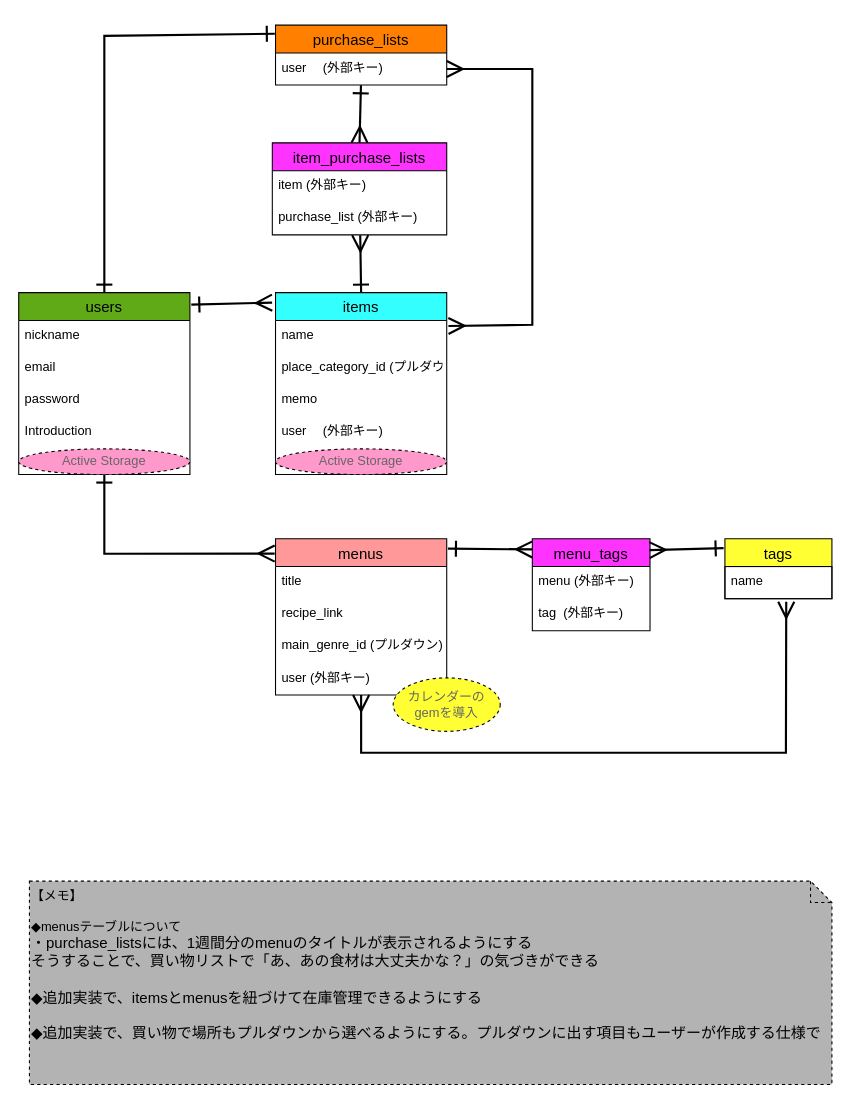
miyazato1872/shopping_memo keeps this draw.io diagram as page "案1" (1 of 2) of ER.dio. Above is the earlier version. Source tidied: cells renumbered, new cells numbered last; positions are measured from the earlier drawing's top-left corner, leaving out a move shared by most shapes. Both pictures are drawn from the tidied source at 107%, with x=0, y=0 at pixel (18, 25).
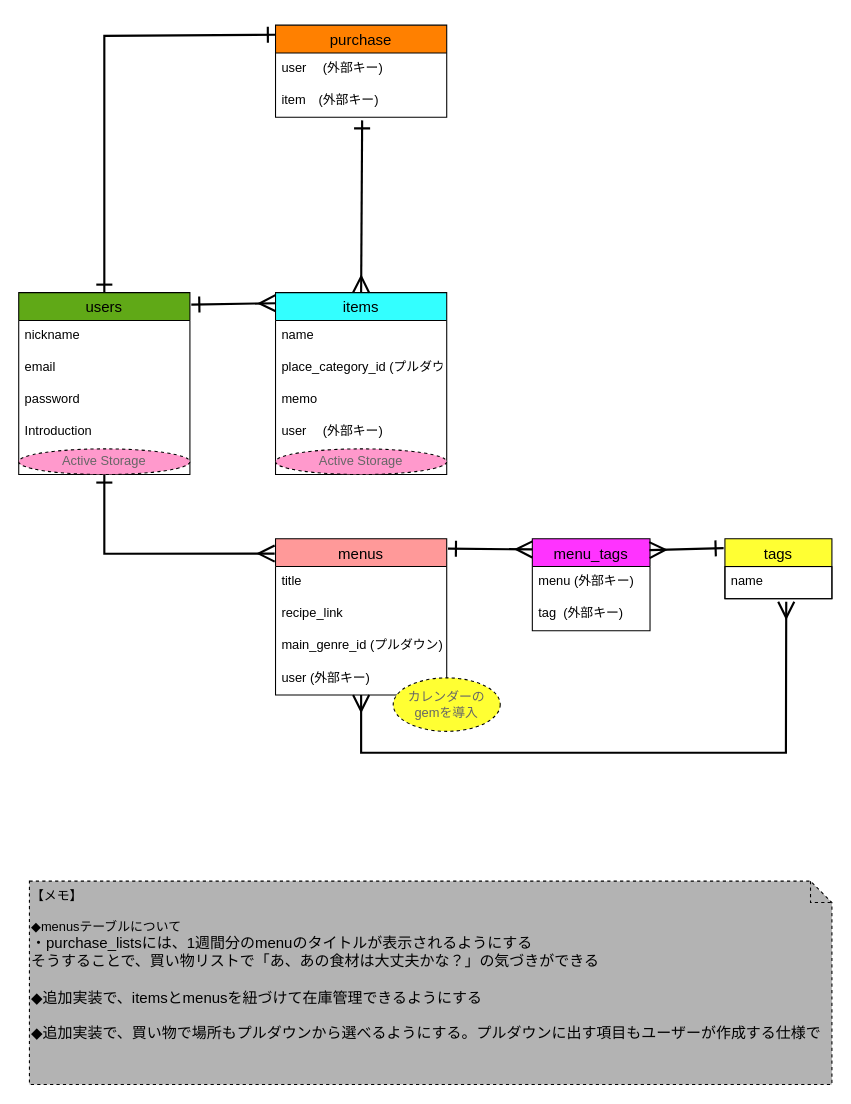
The same page after the edit.

Unchanged cells that the change refers to:
```xml
<mxCell id="2" value="users" style="swimlane;fontStyle=0;horizontal=1;startSize=26;align=center;fontSize=14;rounded=0;swimlaneLine=1;glass=0;shadow=0;fillColor=#60A917;fontColor=#000000;" parent="1" vertex="1">
  <mxGeometry y="250" width="160" height="170" as="geometry" />
</mxCell>
<mxCell id="8" value="items" style="swimlane;fontStyle=0;horizontal=1;startSize=26;align=center;fontSize=14;rounded=0;swimlaneLine=1;glass=0;shadow=0;fillColor=#33FFFF;fontColor=#000000;" parent="1" vertex="1">
  <mxGeometry x="240" y="250" width="160" height="170" as="geometry" />
</mxCell>
<mxCell id="9" value="name" style="text;strokeColor=none;fillColor=none;spacingLeft=4;spacingRight=4;overflow=hidden;points=[[0,0.5],[1,0.5]];portConstraint=eastwest;fontSize=12;" parent="8" vertex="1">
  <mxGeometry y="26" width="160" height="30" as="geometry" />
</mxCell>
<mxCell id="15" value="user 　(外部キー)" style="text;strokeColor=none;fillColor=none;spacingLeft=4;spacingRight=4;overflow=hidden;points=[[0,0.5],[1,0.5]];portConstraint=eastwest;fontSize=12;" parent="14" vertex="1">
  <mxGeometry y="26" width="160" height="30" as="geometry" />
</mxCell>
```

The edit, as a diff of the source:
```diff
@@
-    <mxCell id="14" value="purchase_lists" style="swimlane;fontStyle=0;horizontal=1;startSize=26;align=center;fontSize=14;rounded=0;swimlaneLine=1;glass=0;shadow=0;fillColor=#FF8000;fontColor=#000000;" parent="1" vertex="1">
-      <mxGeometry x="240" width="160" height="56" as="geometry" />
+    <mxCell id="14" value="purchase" style="swimlane;fontStyle=0;horizontal=1;startSize=26;align=center;fontSize=14;rounded=0;swimlaneLine=1;glass=0;shadow=0;fillColor=#FF8000;fontColor=#000000;" parent="1" vertex="1">
+      <mxGeometry x="240" width="160" height="86" as="geometry" />
     </mxCell>
@@
+    <mxCell id="36" value="item　(外部キー)" style="text;strokeColor=none;fillColor=none;spacingLeft=4;spacingRight=4;overflow=hidden;points=[[0,0.5],[1,0.5]];portConstraint=eastwest;fontSize=12;" parent="14" vertex="1">
+      <mxGeometry y="56" width="160" height="30" as="geometry" />
+    </mxCell>
-    <mxCell id="16" style="endArrow=ERone;html=1;rounded=0;strokeWidth=2;fontColor=#F0F0F0;startSize=12;endSize=12;sourcePerimeterSpacing=0;endFill=0;startArrow=ERmany;startFill=0;entryX=1.008;entryY=0.066;entryDx=0;entryDy=0;entryPerimeter=0;exitX=-0.02;exitY=0.055;exitDx=0;exitDy=0;exitPerimeter=0;" parent="1" edge="1" source="8" target="2">
+    <mxCell id="16" style="endArrow=ERone;html=1;rounded=0;strokeWidth=2;fontColor=#F0F0F0;startSize=12;endSize=12;sourcePerimeterSpacing=0;endFill=0;startArrow=ERmany;startFill=0;entryX=1.008;entryY=0.066;entryDx=0;entryDy=0;entryPerimeter=0;exitX=0;exitY=0.058;exitDx=0;exitDy=0;exitPerimeter=0;" parent="1" edge="1" source="8" target="2">
       <mxGeometry relative="1" as="geometry" />
     </mxCell>
-    <mxCell id="17" style="endArrow=ERmany;html=1;rounded=0;strokeWidth=2;fontColor=#F0F0F0;startSize=12;endSize=12;sourcePerimeterSpacing=0;endFill=0;startArrow=ERone;startFill=0;exitX=0.499;exitY=1.006;exitDx=0;exitDy=0;exitPerimeter=0;entryX=0.5;entryY=0;entryDx=0;entryDy=0;" parent="1" edge="1" source="15" target="35">
+    <mxCell id="17" style="endArrow=ERmany;html=1;rounded=0;strokeWidth=2;fontColor=#F0F0F0;startSize=12;endSize=12;sourcePerimeterSpacing=0;endFill=0;startArrow=ERone;startFill=0;entryX=0.5;entryY=0;entryDx=0;entryDy=0;exitX=0.506;exitY=1.1;exitDx=0;exitDy=0;exitPerimeter=0;" parent="1" edge="1" source="36" target="8">
       <mxGeometry relative="1" as="geometry" />
     </mxCell>
@@
-    <mxCell id="33" style="endArrow=ERone;html=1;rounded=0;strokeWidth=2;fontColor=#F0F0F0;startSize=12;endSize=12;sourcePerimeterSpacing=0;endFill=0;startArrow=ERone;startFill=0;entryX=0.5;entryY=0;entryDx=0;entryDy=0;exitX=-0.004;exitY=0.143;exitDx=0;exitDy=0;exitPerimeter=0;" parent="1" edge="1" source="14" target="2">
+    <mxCell id="33" style="endArrow=ERone;html=1;rounded=0;strokeWidth=2;fontColor=#F0F0F0;startSize=12;endSize=12;sourcePerimeterSpacing=0;endFill=0;startArrow=ERone;startFill=0;entryX=0.5;entryY=0;entryDx=0;entryDy=0;exitX=0.002;exitY=0.104;exitDx=0;exitDy=0;exitPerimeter=0;" parent="1" edge="1" source="14" target="2">
       <mxGeometry relative="1" as="geometry">
         <Array as="points">
           <mxPoint x="80" y="10" />
         </Array>
       </mxGeometry>
     </mxCell>
@@
-    <mxCell id="35" value="item_purchase_lists" style="swimlane;fontStyle=0;horizontal=1;startSize=26;align=center;fontSize=14;rounded=0;swimlaneLine=1;glass=0;shadow=0;fillColor=#FF33FF;fontColor=#000000;" parent="1" vertex="1">
-      <mxGeometry x="237" y="110" width="163" height="86" as="geometry" />
-    </mxCell>
-    <mxCell id="36" value="item (外部キー)" style="text;strokeColor=none;fillColor=none;spacingLeft=4;spacingRight=4;overflow=hidden;points=[[0,0.5],[1,0.5]];portConstraint=eastwest;fontSize=12;" parent="35" vertex="1">
-      <mxGeometry y="26" width="163" height="30" as="geometry" />
-    </mxCell>
-    <mxCell id="37" value="purchase_list (外部キー)" style="text;strokeColor=none;fillColor=none;spacingLeft=4;spacingRight=4;overflow=hidden;points=[[0,0.5],[1,0.5]];portConstraint=eastwest;fontSize=12;" parent="35" vertex="1">
-      <mxGeometry y="56" width="163" height="30" as="geometry" />
-    </mxCell>
-    <mxCell id="38" style="endArrow=ERmany;html=1;rounded=0;strokeWidth=2;fontColor=#F0F0F0;startSize=12;endSize=12;sourcePerimeterSpacing=0;endFill=0;startArrow=ERone;startFill=0;exitX=0.5;exitY=0;exitDx=0;exitDy=0;entryX=0.504;entryY=1.011;entryDx=0;entryDy=0;entryPerimeter=0;" parent="1" edge="1" source="8" target="37">
-      <mxGeometry relative="1" as="geometry" />
-    </mxCell>
-    <mxCell id="39" style="endArrow=ERmany;html=1;rounded=0;strokeWidth=2;fontColor=#F0F0F0;startSize=12;endSize=12;sourcePerimeterSpacing=0;endFill=0;startArrow=ERmany;startFill=0;exitX=1;exitY=0.5;exitDx=0;exitDy=0;entryX=1.01;entryY=0.172;entryDx=0;entryDy=0;entryPerimeter=0;" parent="1" edge="1" source="15" target="9">
-      <mxGeometry relative="1" as="geometry">
-        <Array as="points">
-          <mxPoint x="480" y="41" />
-          <mxPoint x="480" y="280" />
-        </Array>
-      </mxGeometry>
-    </mxCell>
```
